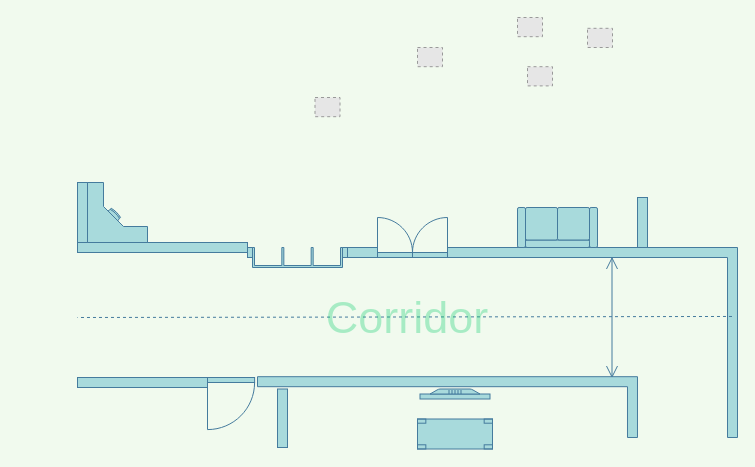
Earlier version of the draw.io diagram corridor.drawio (YuyanWu-wyy/figs). Source tidied: cells renumbered, new cells numbered last; positions are measured from the earlier drawing's top-left corner, leaving out a move shared by most shapes. Both pictures are drawn from the tidied source at 100%, with x=0, y=0 at pixel (17, 17). Pictures stored in the file or linked from it are replaced by grey dashed boxes.
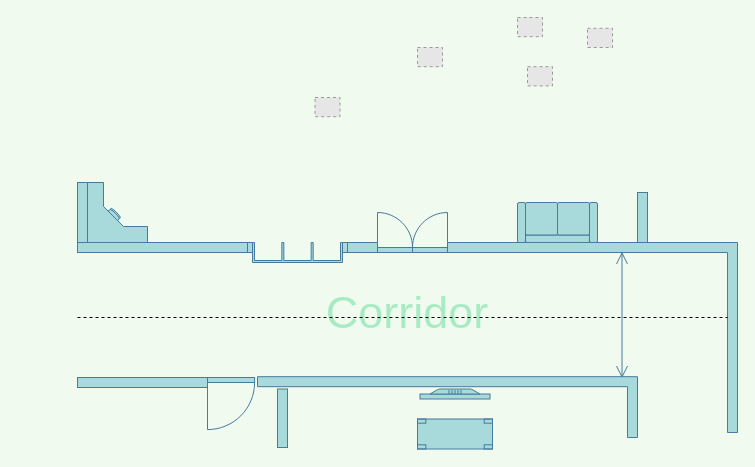
After the change.

The edit, as a diff of the source:
```diff
@@
     <mxCell id="2" style="verticalLabelPosition=bottom;html=1;verticalAlign=top;align=center;shape=mxgraph.floorplan.wallCorner;fillColor=#A8DADC;direction=south;rounded=0;sketch=0;fontColor=#1D3557;strokeColor=#457B9D;" parent="1" vertex="1">
-      <mxGeometry x="430" y="230" width="290" height="190" as="geometry" />
+      <mxGeometry x="430" y="225" width="290" height="190" as="geometry" />
     </mxCell>
@@
     <mxCell id="6" style="verticalLabelPosition=bottom;html=1;verticalAlign=top;align=center;shape=mxgraph.floorplan.windowGarden;dx=0.25;rounded=0;sketch=0;fontColor=#1D3557;strokeColor=#457B9D;fillColor=#A8DADC;rotation=-180;" parent="1" vertex="1">
-      <mxGeometry x="230" y="230" width="100" height="20" as="geometry" />
+      <mxGeometry x="230" y="225" width="100" height="20" as="geometry" />
     </mxCell>
     <mxCell id="7" style="verticalLabelPosition=bottom;html=1;verticalAlign=top;align=center;shape=mxgraph.floorplan.wall;fillColor=#A8DADC;rounded=0;sketch=0;strokeColor=#457B9D;fontColor=#1D3557;" parent="1" vertex="1">
-      <mxGeometry x="330" y="230" width="30" height="10" as="geometry" />
+      <mxGeometry x="330" y="225" width="30" height="10" as="geometry" />
     </mxCell>
     <mxCell id="8" style="shape=dimension;direction=north;whiteSpace=wrap;html=1;align=right;verticalAlign=middle;rounded=0;sketch=0;fontColor=#1D3557;strokeColor=#457B9D;fillColor=#A8DADC;" parent="1" vertex="1">
-      <mxGeometry x="560" y="240" width="40" height="120" as="geometry" />
+      <mxGeometry x="570" y="235" width="40" height="125" as="geometry" />
     </mxCell>
     <mxCell id="9" style="verticalLabelPosition=bottom;html=1;verticalAlign=top;align=center;shape=mxgraph.floorplan.doorUneven;dx=0.5;rounded=0;sketch=0;fontColor=#1D3557;strokeColor=#457B9D;fillColor=#A8DADC;rotation=-180;" parent="1" vertex="1">
-      <mxGeometry x="360" y="203" width="70" height="37" as="geometry" />
+      <mxGeometry x="360" y="198" width="70" height="37" as="geometry" />
     </mxCell>
-    <mxCell id="10" style="endArrow=none;dashed=1;html=1;fontColor=#1D3557;strokeColor=#457B9D;fillColor=#A8DADC;exitX=0.363;exitY=0.019;exitDx=0;exitDy=0;exitPerimeter=0;labelBackgroundColor=#F1FAEE;" parent="1" edge="1" source="2">
-      <mxGeometry relative="1" as="geometry">
-        <mxPoint x="60" y="300" as="targetPoint" />
-      </mxGeometry>
-    </mxCell>
@@
-    <mxCell id="16" value="&lt;font style=&quot;font-size: 45px&quot; color=&quot;#00cc66&quot;&gt;Corridor&lt;/font&gt;" style="text;html=1;strokeColor=none;fillColor=none;align=center;verticalAlign=middle;whiteSpace=wrap;rounded=0;sketch=0;fontColor=#1D3557;textOpacity=30;" parent="1" vertex="1">
-      <mxGeometry x="260" y="265" width="260" height="70" as="geometry" />
-    </mxCell>
@@
     <mxCell id="20" style="verticalLabelPosition=bottom;html=1;verticalAlign=top;align=center;shape=mxgraph.floorplan.couch;rounded=0;sketch=0;fontColor=#1D3557;strokeColor=#457B9D;fillColor=#A8DADC;rotation=-180;" parent="1" vertex="1">
-      <mxGeometry x="500" y="190" width="80" height="40" as="geometry" />
+      <mxGeometry x="500" y="185" width="80" height="40" as="geometry" />
     </mxCell>
     <mxCell id="21" style="verticalLabelPosition=bottom;html=1;verticalAlign=top;align=center;shape=mxgraph.floorplan.wall;fillColor=#A8DADC;direction=south;rounded=0;sketch=0;fontColor=#1D3557;strokeColor=#457B9D;" parent="1" vertex="1">
-      <mxGeometry x="620" y="180" width="10" height="50" as="geometry" />
+      <mxGeometry x="620" y="175" width="10" height="50" as="geometry" />
     </mxCell>
@@
+    <mxCell id="16" value="&lt;font style=&quot;font-size: 45px&quot; color=&quot;#00cc66&quot;&gt;Corridor&lt;/font&gt;" style="text;html=1;strokeColor=none;fillColor=none;align=center;verticalAlign=middle;whiteSpace=wrap;rounded=0;sketch=0;fontColor=#1D3557;textOpacity=30;" parent="1" vertex="1">
+      <mxGeometry x="260" y="260" width="260" height="70" as="geometry" />
+    </mxCell>
+    <mxCell id="25" style="endArrow=none;dashed=1;html=1;" parent="1" edge="1">
+      <mxGeometry relative="1" as="geometry">
+        <mxPoint x="60" y="300" as="sourcePoint" />
+        <mxPoint x="710" y="300" as="targetPoint" />
+      </mxGeometry>
+    </mxCell>
```
